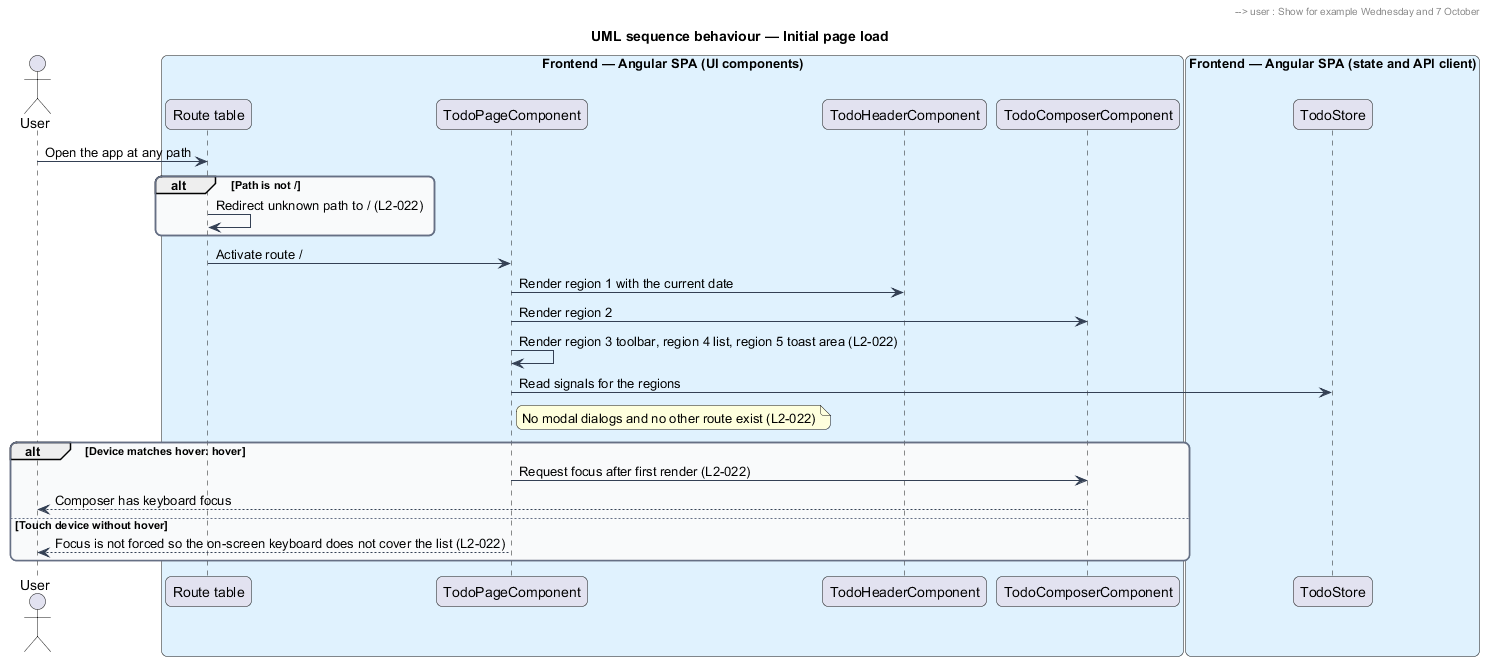
Earlier version of the PlantUML export docs/detailed-designs/interface/single-screen-shell/diagrams/sequence-initial-page-load.png (QuinntyneBrown/php-todo-lab). The source it was exported from:
```plantuml
@startuml
title UML sequence behaviour — Initial page load
skinparam backgroundColor #FFFFFF
skinparam shadowing false
skinparam roundcorner 12
skinparam defaultFontName Arial
skinparam ArrowColor #344054
skinparam rectangle {
  BorderColor #344054
  FontColor #101828
}
skinparam package {
  BorderColor #667085
  FontColor #101828
  BackgroundColor #F9FAFB
}
actor "User" as user
box "Frontend — Angular SPA (UI components)" #E0F2FE
  participant "Route table" as router
  participant "TodoPageComponent" as page
  participant "TodoHeaderComponent" as header
  participant "TodoComposerComponent" as composer
end box
box "Frontend — Angular SPA (state and API client)" #E0F2FE
  participant "TodoStore" as store
end box
user -> router : Open the app at any path
alt Path is not /
  router -> router : Redirect unknown path to / (L2-022)
end
router -> page : Activate route /
page -> header : Render region 1 with the current date
header -> header : Format weekday and date in the user locale (L2-022)
header --> user : Show for example Wednesday and 7 October
page -> composer : Render region 2
page -> page : Render region 3 toolbar, region 4 list, region 5 toast area (L2-022)
page -> store : Read signals for the regions
note right of page
  No modal dialogs and no other route exist (L2-022)
end note
alt Device matches hover: hover
  page -> composer : Request focus after first render (L2-022)
  composer --> user : Composer has keyboard focus
else Touch device without hover
  page --> user : Focus is not forced so the on-screen keyboard does not cover the list (L2-022)
end
@enduml
```
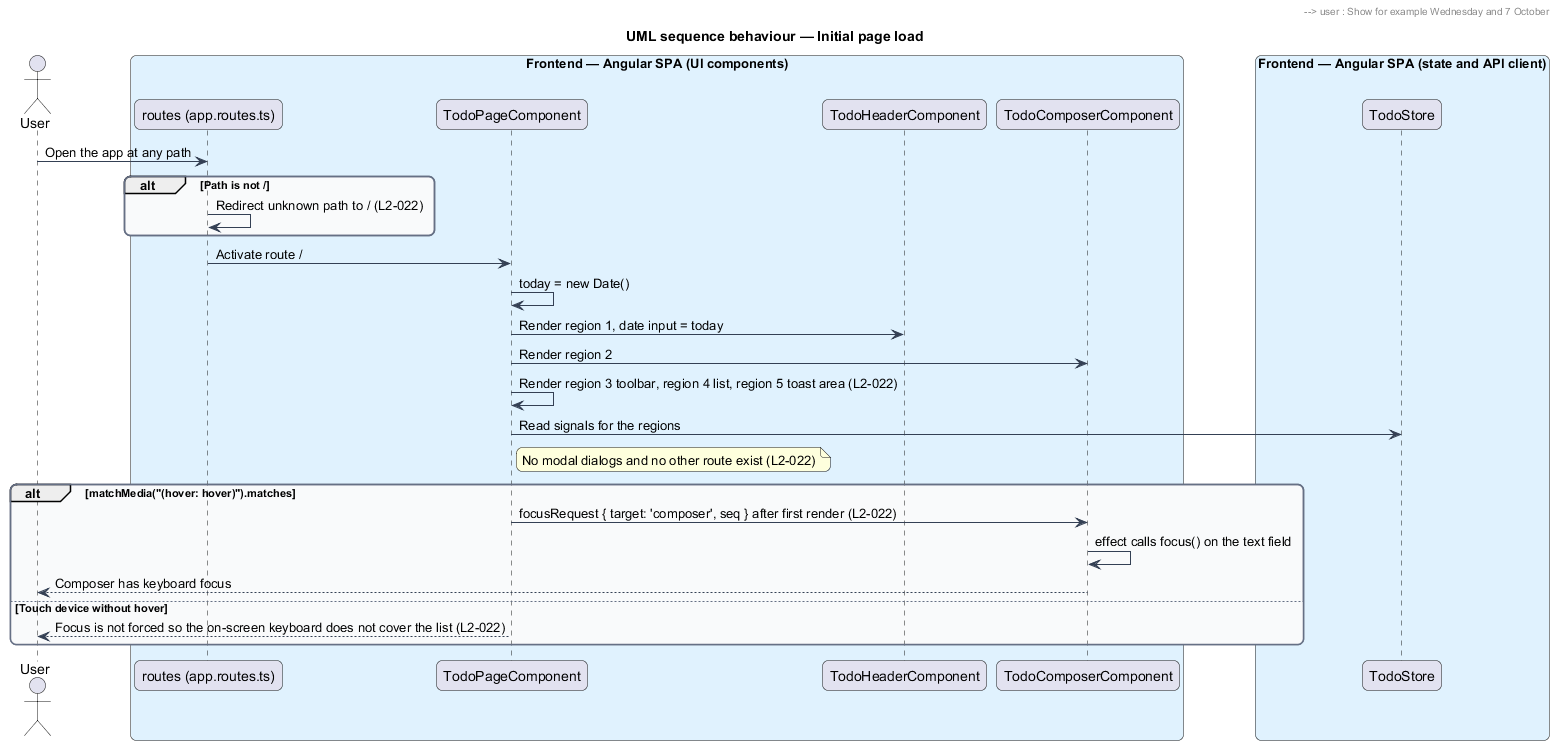
The same diagram one commit later.

What changed in the source:
```diff
@@ -16,7 +16,7 @@
 }
 actor "User" as user
 box "Frontend — Angular SPA (UI components)" #E0F2FE
-  participant "Route table" as router
+  participant "routes (app.routes.ts)" as router
   participant "TodoPageComponent" as page
   participant "TodoHeaderComponent" as header
   participant "TodoComposerComponent" as composer
@@ -29,8 +29,9 @@
   router -> router : Redirect unknown path to / (L2-022)
 end
 router -> page : Activate route /
-page -> header : Render region 1 with the current date
-header -> header : Format weekday and date in the user locale (L2-022)
+page -> page : today = new Date()
+page -> header : Render region 1, date input = today
+header -> header : toLocaleDateString(undefined, ...) for weekday and day month (L2-022)
 header --> user : Show for example Wednesday and 7 October
 page -> composer : Render region 2
 page -> page : Render region 3 toolbar, region 4 list, region 5 toast area (L2-022)
@@ -38,8 +39,9 @@
 note right of page
   No modal dialogs and no other route exist (L2-022)
 end note
-alt Device matches hover: hover
-  page -> composer : Request focus after first render (L2-022)
+alt matchMedia("(hover: hover)").matches
+  page -> composer : focusRequest { target: 'composer', seq } after first render (L2-022)
+  composer -> composer : effect calls focus() on the text field
   composer --> user : Composer has keyboard focus
 else Touch device without hover
   page --> user : Focus is not forced so the on-screen keyboard does not cover the list (L2-022)
```
